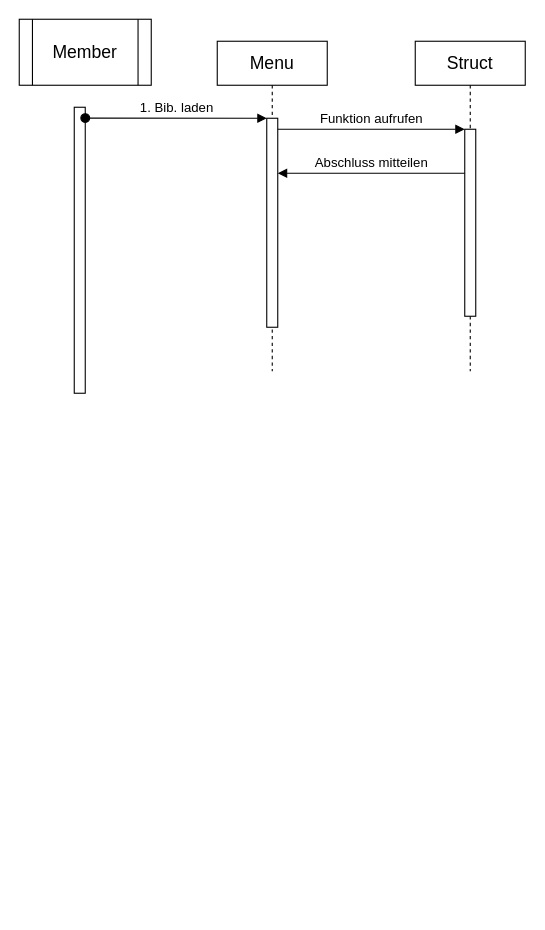
Above: Unbenanntes Diagramm.drawio in nimemt00/Projekt_ST_Mertens_Woerz (draw.io), before the change. Source tidied: cells renumbered, new cells numbered last; positions are measured from the earlier drawing's top-left corner, leaving out a move shared by most shapes. Both pictures are drawn from the tidied source at 110%, with x=0, y=0 at pixel (19, 19).
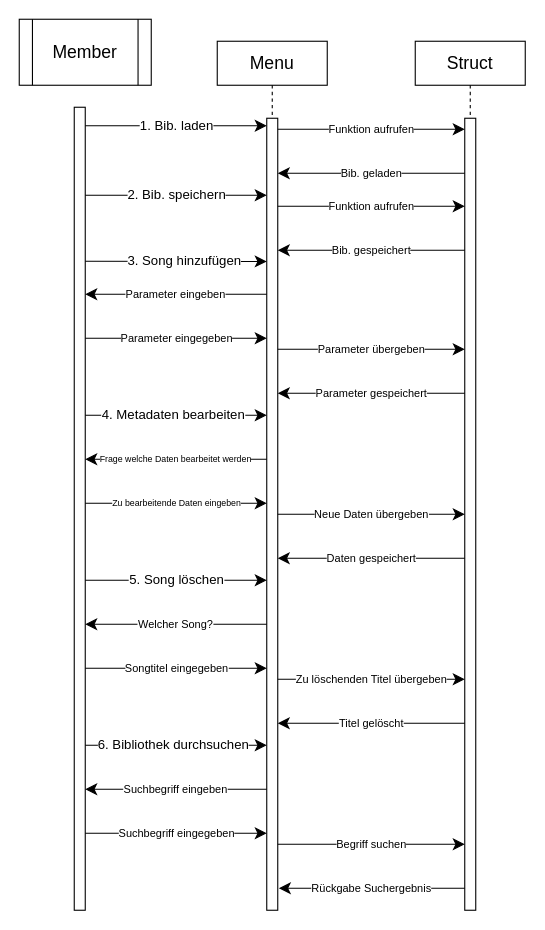
Above is the later version.

The edit, as a diff of the source:
```diff
@@
     <mxCell id="2" style="whiteSpace=wrap;html=1;fontSize=16;" parent="1" vertex="1">
-      <mxGeometry x="50" y="80" width="10" height="260" as="geometry" />
+      <mxGeometry x="50" y="80" width="10" height="730" as="geometry" />
     </mxCell>
@@
     <mxCell id="4" value="Menu" style="shape=umlLifeline;perimeter=lifelinePerimeter;whiteSpace=wrap;html=1;newEdgeStyle={&quot;edgeStyle&quot;:&quot;elbowEdgeStyle&quot;,&quot;elbow&quot;:&quot;vertical&quot;,&quot;curved&quot;:0,&quot;rounded&quot;:0};fontSize=16;" parent="1" vertex="1">
-      <mxGeometry x="180" y="20" width="100" height="300" as="geometry" />
+      <mxGeometry x="180" y="20" width="100" height="790" as="geometry" />
     </mxCell>
     <mxCell id="5" style="html=1;points=[];perimeter=orthogonalPerimeter;outlineConnect=0;targetShapes=umlLifeline;portConstraint=eastwest;newEdgeStyle={&quot;edgeStyle&quot;:&quot;elbowEdgeStyle&quot;,&quot;elbow&quot;:&quot;vertical&quot;,&quot;curved&quot;:0,&quot;rounded&quot;:0};fontSize=16;" parent="4" vertex="1">
-      <mxGeometry x="45" y="70" width="10" height="190" as="geometry" />
+      <mxGeometry x="45" y="70" width="10" height="720" as="geometry" />
     </mxCell>
     <mxCell id="6" value="Struct" style="shape=umlLifeline;perimeter=lifelinePerimeter;whiteSpace=wrap;html=1;newEdgeStyle={&quot;edgeStyle&quot;:&quot;elbowEdgeStyle&quot;,&quot;elbow&quot;:&quot;vertical&quot;,&quot;curved&quot;:0,&quot;rounded&quot;:0};fontSize=16;" parent="1" vertex="1">
-      <mxGeometry x="360" y="20" width="100" height="300" as="geometry" />
+      <mxGeometry x="360" y="20" width="100" height="790" as="geometry" />
     </mxCell>
     <mxCell id="7" style="html=1;points=[];perimeter=orthogonalPerimeter;outlineConnect=0;targetShapes=umlLifeline;portConstraint=eastwest;newEdgeStyle={&quot;edgeStyle&quot;:&quot;elbowEdgeStyle&quot;,&quot;elbow&quot;:&quot;vertical&quot;,&quot;curved&quot;:0,&quot;rounded&quot;:0};fontSize=16;" parent="6" vertex="1">
-      <mxGeometry x="45" y="80" width="10" height="170" as="geometry" />
+      <mxGeometry x="45" y="70" width="10" height="720" as="geometry" />
     </mxCell>
+    <mxCell id="11" value="3. Song hinzufügen" style="edgeStyle=none;orthogonalLoop=1;jettySize=auto;html=1;rounded=0;fontSize=12;startSize=8;endSize=8;curved=1;exitX=1;exitY=0.433;exitDx=0;exitDy=0;exitPerimeter=0;" parent="1" edge="1">
+      <mxGeometry x="0.09" relative="1" as="geometry">
+        <mxPoint x="60" y="220" as="sourcePoint" />
+        <mxPoint x="225" y="220.2" as="targetPoint" />
+        <Array as="points">
+          <mxPoint x="150" y="220" />
+        </Array>
+      </mxGeometry>
+    </mxCell>
-    <mxCell id="8" value="Funktion aufrufen" style="html=1;verticalAlign=bottom;endArrow=block;edgeStyle=elbowEdgeStyle;elbow=vertical;curved=0;rounded=0;fontSize=12;" parent="1" edge="1" source="5" target="7">
+    <mxCell id="8" value="Funktion aufrufen" style="edgeStyle=none;jettySize=auto;html=1;rounded=0;fontSize=10;startSize=8;endSize=8;curved=1;" parent="1" edge="1" source="5" target="7">
       <mxGeometry relative="1" as="geometry">
         <Array as="points">
-          <mxPoint x="320" y="100" />
+          <mxPoint x="320" y="170" />
         </Array>
       </mxGeometry>
     </mxCell>
-    <mxCell id="9" value="Abschluss mitteilen" style="html=1;verticalAlign=bottom;endArrow=block;edgeStyle=elbowEdgeStyle;elbow=vertical;curved=0;rounded=0;fontSize=12;" parent="1" edge="1" source="7" target="5">
+    <mxCell id="9" value="Bib. gespeichert" style="edgeStyle=none;jettySize=auto;html=1;rounded=0;fontSize=10;startSize=8;endSize=8;curved=1;" parent="1" edge="1" source="7" target="5">
       <mxGeometry relative="1" as="geometry">
         <Array as="points">
-          <mxPoint x="330" y="140" />
+          <mxPoint x="320" y="210" />
         </Array>
       </mxGeometry>
     </mxCell>
+    <mxCell id="12" value="5. Song löschen" style="edgeStyle=none;orthogonalLoop=1;jettySize=auto;html=1;rounded=0;fontSize=12;startSize=8;endSize=8;curved=1;" parent="1" edge="1">
+      <mxGeometry relative="1" as="geometry">
+        <mxPoint x="60" y="510" as="sourcePoint" />
+        <mxPoint x="225" y="510" as="targetPoint" />
+      </mxGeometry>
+    </mxCell>
+    <mxCell id="13" value="Parameter eingeben" style="edgeStyle=none;orthogonalLoop=1;jettySize=auto;html=1;rounded=0;fontSize=10;startSize=8;endSize=8;curved=1;entryX=1;entryY=0.267;entryDx=0;entryDy=0;entryPerimeter=0;" parent="1" edge="1">
+      <mxGeometry relative="1" as="geometry">
+        <mxPoint x="225" y="250" as="sourcePoint" />
+        <mxPoint x="60" y="250" as="targetPoint" />
+      </mxGeometry>
+    </mxCell>
+    <mxCell id="14" value="Parameter gespeichert" style="edgeStyle=none;orthogonalLoop=1;jettySize=auto;html=1;rounded=0;fontSize=10;startSize=8;endSize=8;curved=1;" parent="1" edge="1">
+      <mxGeometry relative="1" as="geometry">
+        <mxPoint x="405" y="340" as="sourcePoint" />
+        <mxPoint x="235" y="340" as="targetPoint" />
+      </mxGeometry>
+    </mxCell>
+    <mxCell id="15" value="4. Metadaten bearbeiten" style="edgeStyle=none;orthogonalLoop=1;jettySize=auto;html=1;rounded=0;fontSize=12;startSize=8;endSize=8;curved=1;" parent="1" edge="1">
+      <mxGeometry x="-0.03" relative="1" as="geometry">
+        <mxPoint x="60" y="360" as="sourcePoint" />
+        <mxPoint x="225" y="360" as="targetPoint" />
+      </mxGeometry>
+    </mxCell>
+    <mxCell id="16" value="2. Bib. speichern" style="edgeStyle=none;orthogonalLoop=1;jettySize=auto;html=1;rounded=0;fontSize=12;startSize=8;endSize=8;curved=1;exitX=1;exitY=0.577;exitDx=0;exitDy=0;exitPerimeter=0;" parent="1" edge="1">
+      <mxGeometry relative="1" as="geometry">
+        <mxPoint x="60" y="160" as="sourcePoint" />
+        <mxPoint x="225" y="160" as="targetPoint" />
+      </mxGeometry>
+    </mxCell>
+    <mxCell id="17" value="6. Bibliothek durchsuchen" style="edgeStyle=none;orthogonalLoop=1;jettySize=auto;html=1;rounded=0;fontSize=12;startSize=8;endSize=8;curved=1;" parent="1" edge="1">
+      <mxGeometry x="-0.03" relative="1" as="geometry">
+        <mxPoint x="60" y="660" as="sourcePoint" />
+        <mxPoint x="225" y="660" as="targetPoint" />
+        <Array as="points">
+          <mxPoint x="160" y="660" />
+        </Array>
+      </mxGeometry>
+    </mxCell>
+    <mxCell id="18" value="Zu bearbeitende Daten eingeben" style="edgeStyle=none;jettySize=auto;html=1;rounded=0;fontSize=8;startSize=8;endSize=8;curved=1;" parent="1" edge="1" target="5">
+      <mxGeometry relative="1" as="geometry">
+        <mxPoint x="60" y="440" as="sourcePoint" />
+      </mxGeometry>
+    </mxCell>
+    <mxCell id="19" value="Frage welche Daten bearbeitet werden" style="edgeStyle=none;jettySize=auto;html=1;rounded=0;fontSize=8;startSize=8;endSize=8;curved=1;" parent="1" edge="1" source="5">
+      <mxGeometry relative="1" as="geometry">
+        <mxPoint x="60" y="400" as="targetPoint" />
+      </mxGeometry>
+    </mxCell>
+    <mxCell id="20" value="Neue Daten übergeben" style="edgeStyle=none;orthogonalLoop=1;jettySize=auto;html=1;rounded=0;fontSize=10;startSize=8;endSize=8;curved=1;" parent="1" edge="1">
+      <mxGeometry relative="1" as="geometry">
+        <mxPoint x="235" y="450" as="sourcePoint" />
+        <mxPoint x="405" y="450" as="targetPoint" />
+      </mxGeometry>
+    </mxCell>
+    <mxCell id="21" value="Daten gespeichert" style="edgeStyle=none;orthogonalLoop=1;jettySize=auto;html=1;rounded=0;fontSize=10;startSize=8;endSize=8;curved=1;" parent="1" edge="1">
+      <mxGeometry relative="1" as="geometry">
+        <mxPoint x="405" y="490" as="sourcePoint" />
+        <mxPoint x="235" y="490" as="targetPoint" />
+      </mxGeometry>
+    </mxCell>
+    <mxCell id="22" value="Zu löschenden Titel übergeben" style="edgeStyle=none;orthogonalLoop=1;jettySize=auto;html=1;rounded=0;fontSize=10;startSize=8;endSize=8;curved=1;" parent="1" edge="1">
+      <mxGeometry relative="1" as="geometry">
+        <mxPoint x="235" y="600" as="sourcePoint" />
+        <mxPoint x="405" y="600" as="targetPoint" />
+      </mxGeometry>
+    </mxCell>
+    <mxCell id="23" value="Titel gelöscht" style="edgeStyle=none;orthogonalLoop=1;jettySize=auto;html=1;rounded=0;fontSize=10;startSize=8;endSize=8;curved=1;" parent="1" edge="1">
+      <mxGeometry relative="1" as="geometry">
+        <mxPoint x="405" y="640" as="sourcePoint" />
+        <mxPoint x="235" y="640" as="targetPoint" />
+      </mxGeometry>
+    </mxCell>
-    <mxCell id="10" value="1. Bib. laden" style="html=1;verticalAlign=bottom;startArrow=oval;endArrow=block;startSize=8;edgeStyle=elbowEdgeStyle;elbow=vertical;curved=0;rounded=0;fontSize=12;exitX=1;exitY=0.038;exitDx=0;exitDy=0;exitPerimeter=0;" parent="1" edge="1" source="2" target="5">
+    <mxCell id="10" value="1. Bib. laden" style="edgeStyle=none;jettySize=auto;html=1;rounded=0;fontSize=12;startSize=8;endSize=8;curved=1;exitX=1;exitY=0.023;exitDx=0;exitDy=0;exitPerimeter=0;" parent="1" edge="1" source="2" target="5">
       <mxGeometry relative="1" as="geometry" />
     </mxCell>
+    <mxCell id="24" value="Funktion aufrufen" style="edgeStyle=none;orthogonalLoop=1;jettySize=auto;html=1;rounded=0;fontSize=10;startSize=8;endSize=8;curved=1;" parent="1" edge="1">
+      <mxGeometry relative="1" as="geometry">
+        <mxPoint x="235" y="100" as="sourcePoint" />
+        <mxPoint x="405" y="100" as="targetPoint" />
+      </mxGeometry>
+    </mxCell>
+    <mxCell id="25" value="Bib. geladen" style="edgeStyle=none;orthogonalLoop=1;jettySize=auto;html=1;rounded=0;fontSize=10;startSize=8;endSize=8;curved=1;" parent="1" edge="1">
+      <mxGeometry relative="1" as="geometry">
+        <mxPoint x="405" y="140" as="sourcePoint" />
+        <mxPoint x="235" y="140" as="targetPoint" />
+      </mxGeometry>
+    </mxCell>
+    <mxCell id="26" value="Parameter eingegeben" style="edgeStyle=none;jettySize=auto;html=1;rounded=0;fontSize=10;startSize=8;endSize=8;curved=1;" parent="1" edge="1" target="5">
+      <mxGeometry relative="1" as="geometry">
+        <mxPoint x="60" y="290" as="sourcePoint" />
+      </mxGeometry>
+    </mxCell>
+    <mxCell id="27" value="Parameter übergeben" style="edgeStyle=none;orthogonalLoop=1;jettySize=auto;html=1;rounded=0;fontSize=10;startSize=8;endSize=8;curved=1;" parent="1" edge="1">
+      <mxGeometry relative="1" as="geometry">
+        <mxPoint x="235" y="300" as="sourcePoint" />
+        <mxPoint x="405" y="300" as="targetPoint" />
+      </mxGeometry>
+    </mxCell>
+    <mxCell id="28" value="Songtitel eingegeben" style="edgeStyle=none;orthogonalLoop=1;jettySize=auto;html=1;rounded=0;fontSize=10;startSize=8;endSize=8;curved=1;" parent="1" edge="1">
+      <mxGeometry relative="1" as="geometry">
+        <mxPoint x="60" y="590" as="sourcePoint" />
+        <mxPoint x="225" y="590" as="targetPoint" />
+      </mxGeometry>
+    </mxCell>
+    <mxCell id="29" value="Welcher Song?" style="edgeStyle=none;orthogonalLoop=1;jettySize=auto;html=1;rounded=0;fontSize=10;startSize=8;endSize=8;curved=1;" parent="1" edge="1">
+      <mxGeometry relative="1" as="geometry">
+        <mxPoint x="225" y="550" as="sourcePoint" />
+        <mxPoint x="60" y="550" as="targetPoint" />
+      </mxGeometry>
+    </mxCell>
+    <mxCell id="30" value="Suchbegriff eingegeben" style="edgeStyle=none;orthogonalLoop=1;jettySize=auto;html=1;rounded=0;fontSize=10;startSize=8;endSize=8;curved=1;" parent="1" edge="1">
+      <mxGeometry relative="1" as="geometry">
+        <mxPoint x="60" y="740" as="sourcePoint" />
+        <mxPoint x="225" y="740" as="targetPoint" />
+      </mxGeometry>
+    </mxCell>
+    <mxCell id="31" value="Suchbegriff eingeben" style="edgeStyle=none;orthogonalLoop=1;jettySize=auto;html=1;rounded=0;fontSize=10;startSize=8;endSize=8;curved=1;" parent="1" edge="1">
+      <mxGeometry relative="1" as="geometry">
+        <mxPoint x="225" y="700" as="sourcePoint" />
+        <mxPoint x="60" y="700" as="targetPoint" />
+      </mxGeometry>
+    </mxCell>
+    <mxCell id="32" value="Begriff suchen" style="edgeStyle=none;orthogonalLoop=1;jettySize=auto;html=1;rounded=0;fontSize=10;startSize=8;endSize=8;curved=1;" parent="1" edge="1">
+      <mxGeometry relative="1" as="geometry">
+        <mxPoint x="235" y="750" as="sourcePoint" />
+        <mxPoint x="405" y="750" as="targetPoint" />
+      </mxGeometry>
+    </mxCell>
+    <mxCell id="33" value="Rückgabe Suchergebnis" style="edgeStyle=none;jettySize=auto;html=1;rounded=0;fontSize=10;startSize=8;endSize=8;curved=1;" parent="1" edge="1" source="7">
+      <mxGeometry relative="1" as="geometry">
+        <mxPoint x="236" y="790" as="targetPoint" />
+      </mxGeometry>
+    </mxCell>
```
